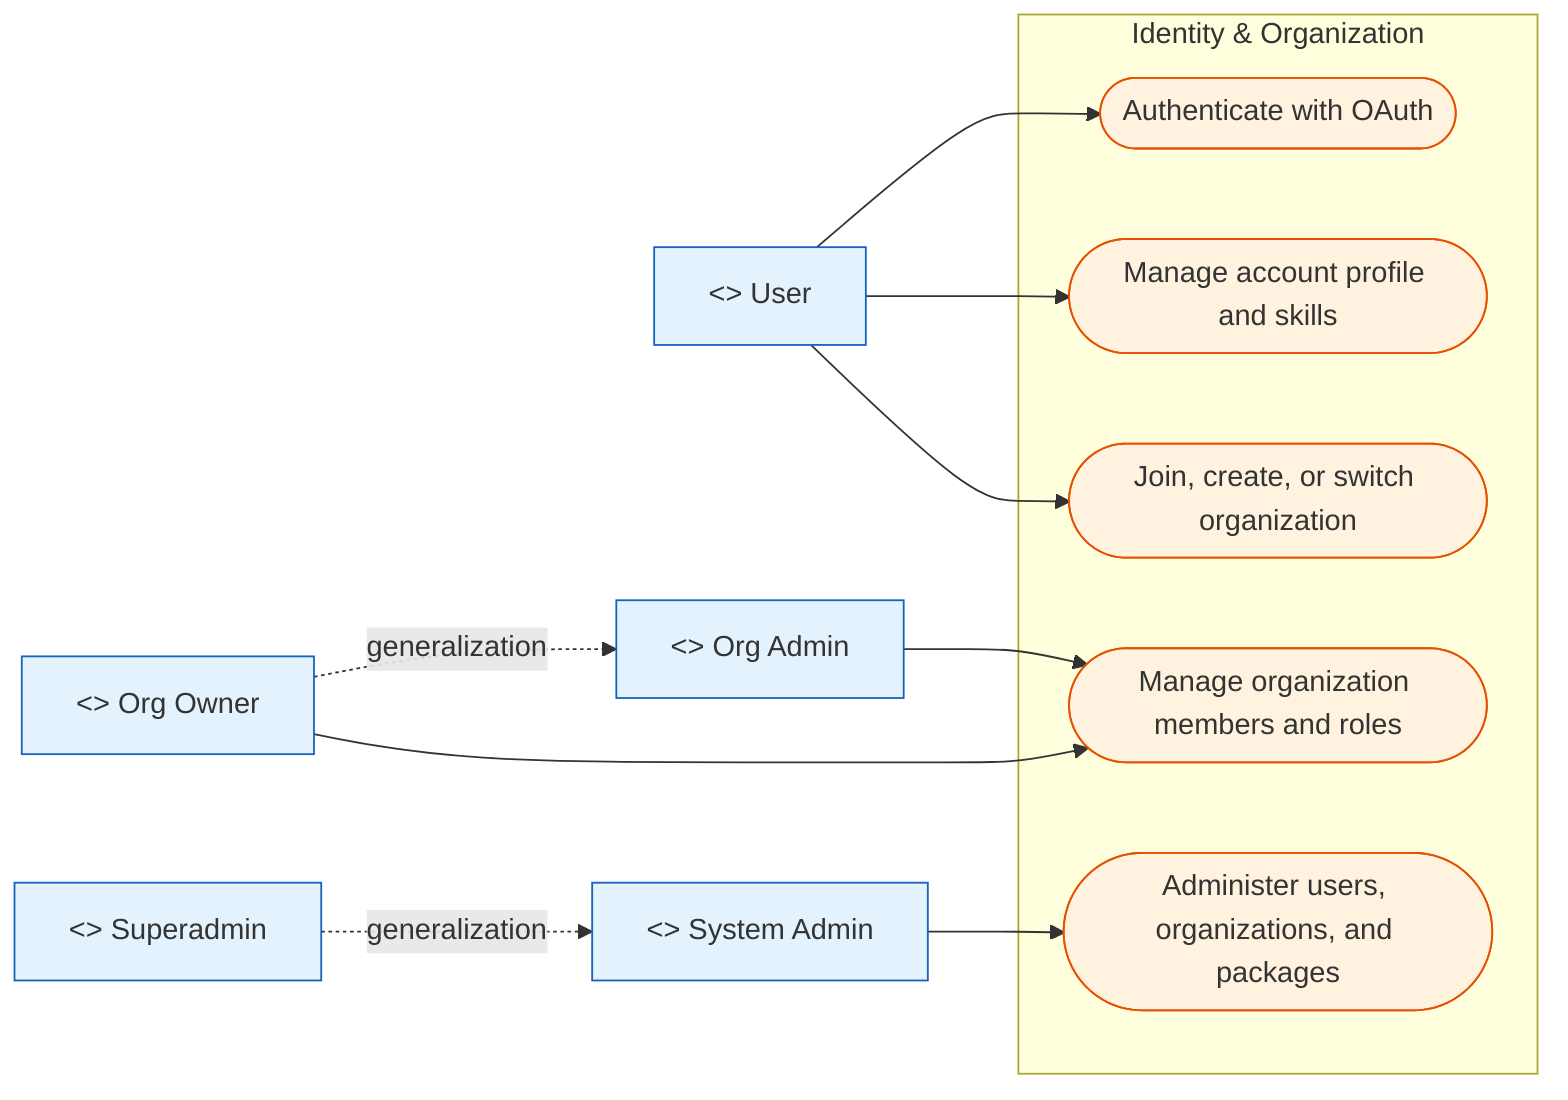
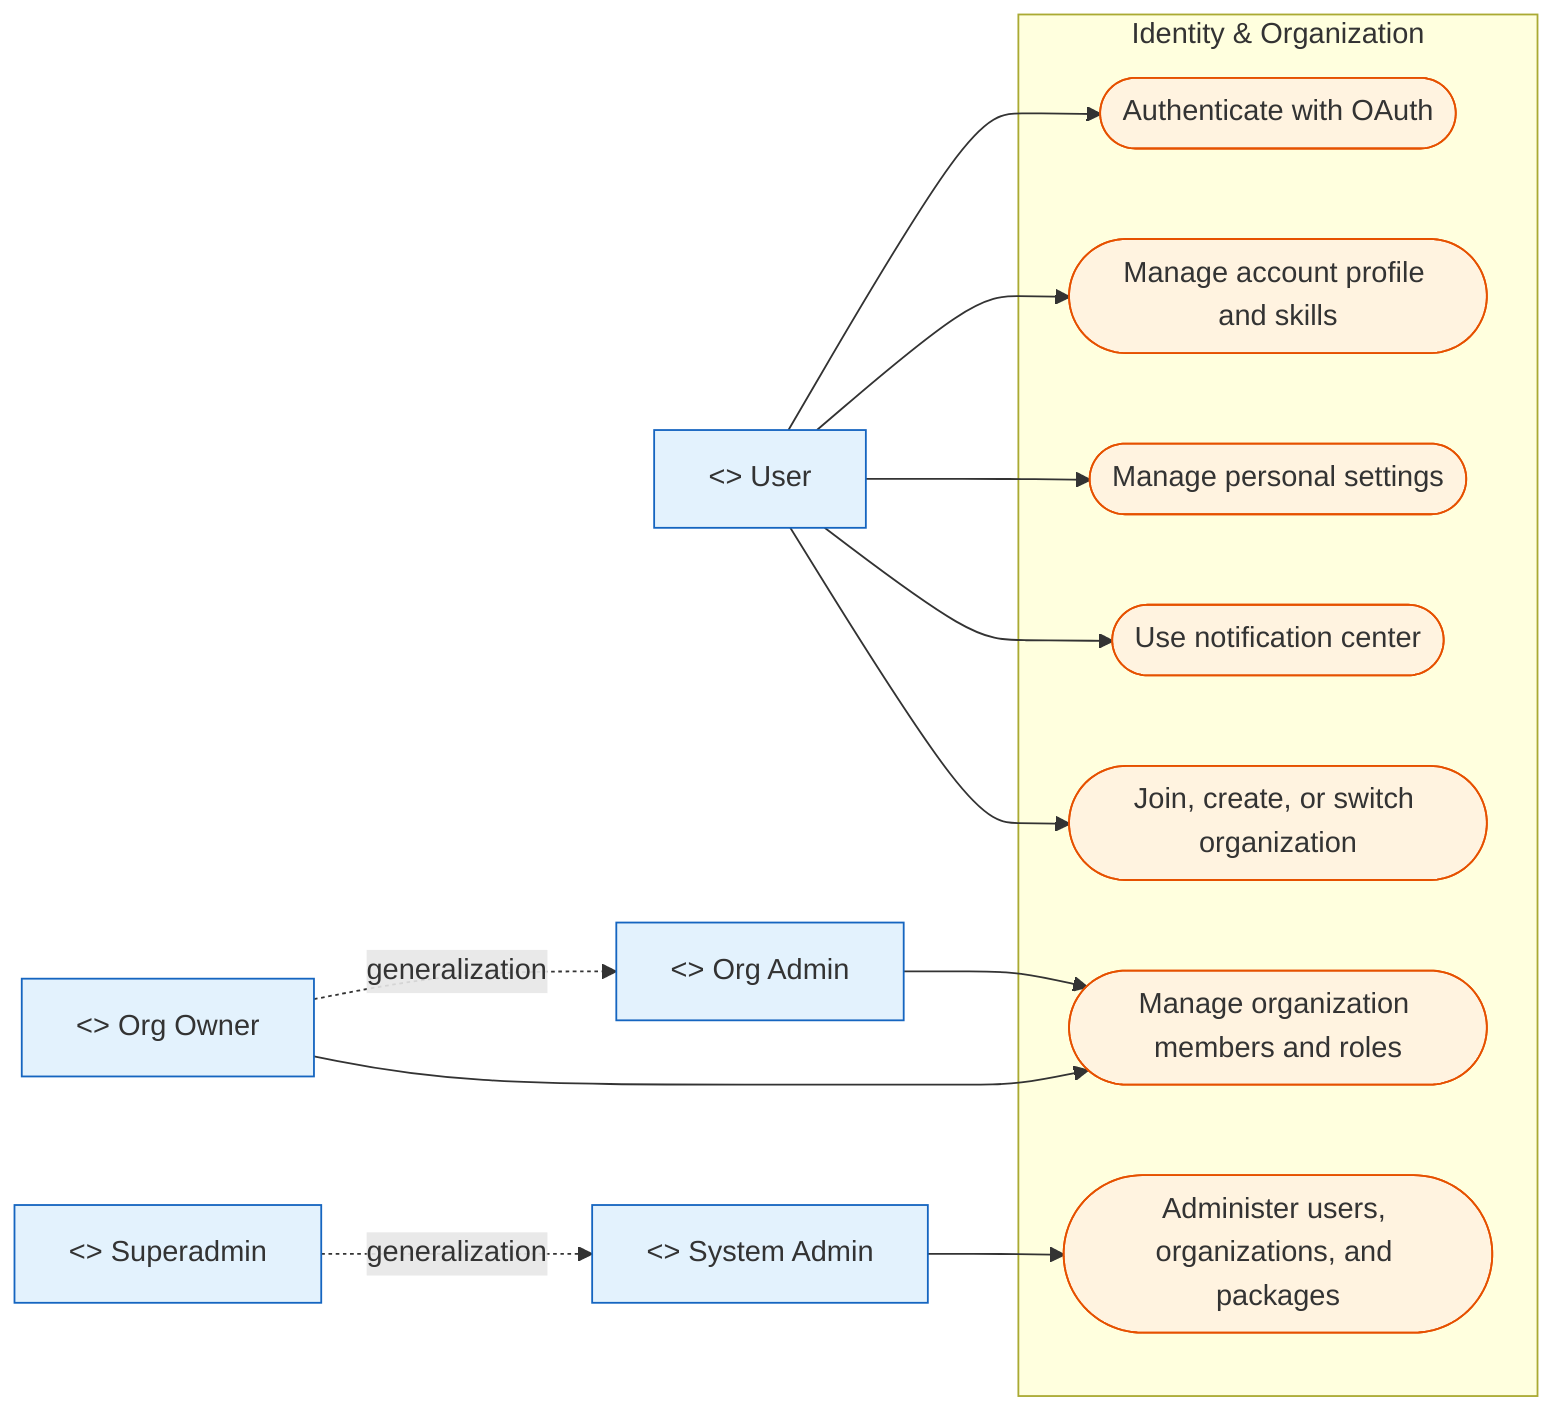
%% uc_01_auth_org.mmd — Identity & Organization Overview
%% Mermaid approximation of a UML use case diagram.
%% Detail files:
%%   - uc_01a_auth_account.mmd
%%   - uc_01b_organization_membership.mmd

flowchart LR
    user["<<actor>> User"]
    orgAdmin["<<actor>> Org Admin"]
    orgOwner["<<actor>> Org Owner"]
    systemAdmin["<<actor>> System Admin"]
    superadmin["<<actor>> Superadmin"]

    subgraph system["Identity & Organization"]
        oauth([Authenticate with OAuth])
        account([Manage account profile and skills])
+         settings([Manage personal settings])
+         notifications([Use notification center])
        membership([Join, create, or switch organization])
        orgAdminUc([Manage organization members and roles])
        systemAdminUc([Administer users, organizations, and packages])
    end

    user --> oauth
    user --> account
+     user --> settings
+     user --> notifications
    user --> membership
    orgAdmin --> orgAdminUc
    orgOwner --> orgAdminUc
    systemAdmin --> systemAdminUc

    orgOwner -.->|generalization| orgAdmin
    superadmin -.->|generalization| systemAdmin

    classDef actor fill:#E3F2FD,stroke:#1565C0,color:#333
    classDef usecase fill:#FFF3E0,stroke:#E65100,color:#333
    class user,orgAdmin,orgOwner,systemAdmin,superadmin actor
-     class oauth,account,membership,orgAdminUc,systemAdminUc usecase
+     class oauth,account,settings,notifications,membership,orgAdminUc,systemAdminUc usecase
